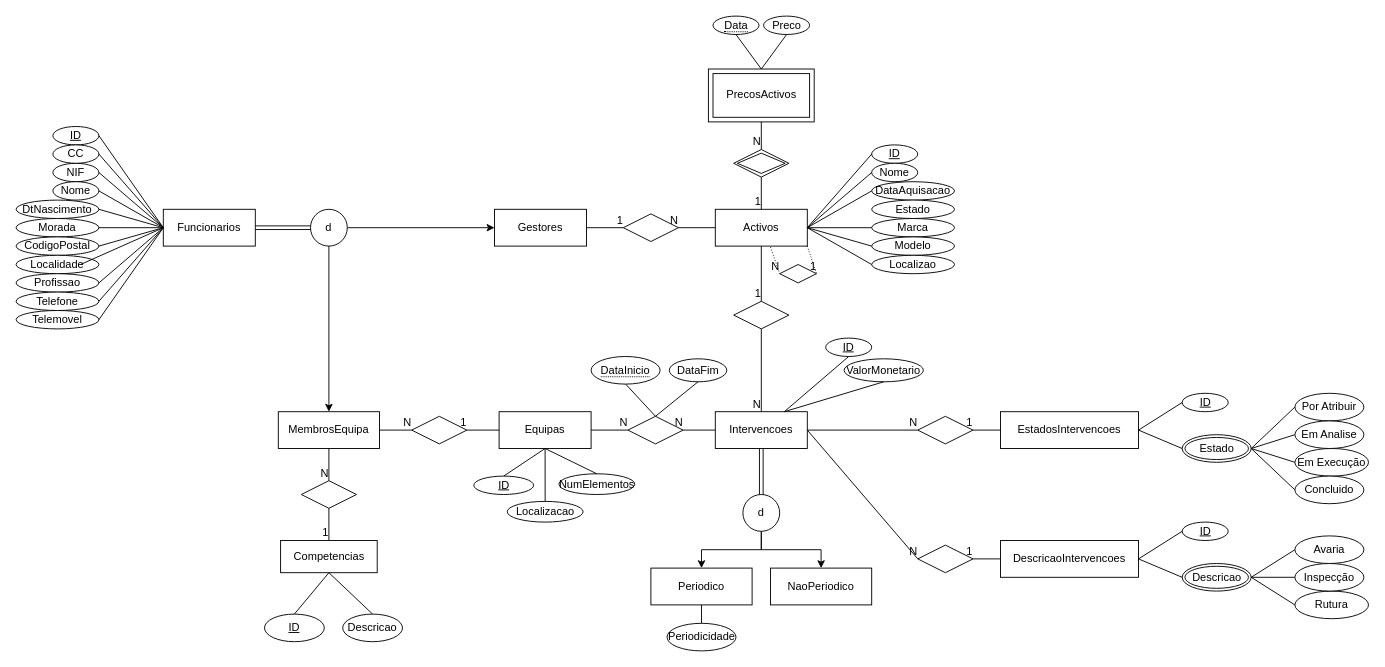
Earlier version of the draw.io diagram Diagrama.drawio (JLuzioS/SI2A). Source tidied: cells renumbered, new cells numbered last; positions are measured from the earlier drawing's top-left corner, leaving out a move shared by most shapes. Both pictures are drawn from the tidied source at 92%, with x=0, y=0 at pixel (16, 16).
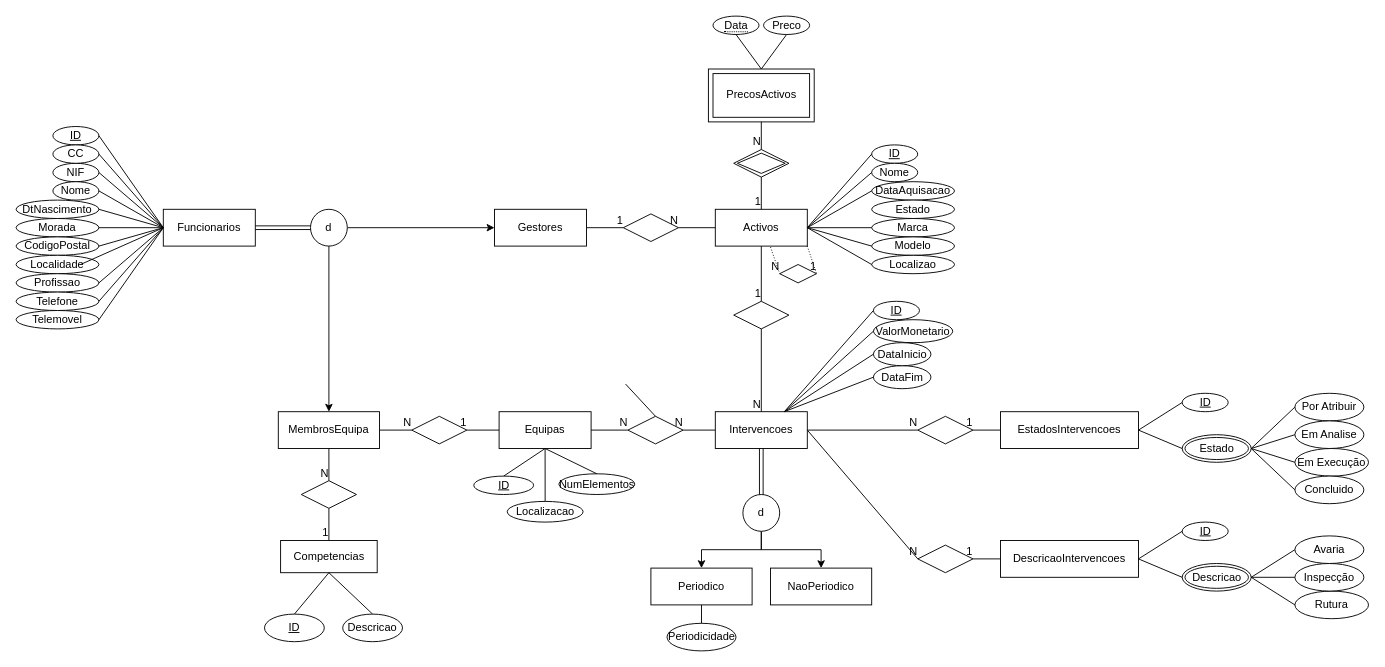
The same diagram, later.

Commit message:
fix: change DataInicio and DataFim to Intervencoes

The change refers to these unchanged cells:
```xml
<mxCell id="14" value="Intervencoes" style="whiteSpace=wrap;html=1;align=center;" parent="1" vertex="1">
  <mxGeometry x="760" y="430" width="100" height="40" as="geometry" />
</mxCell>
<mxCell id="50" style="shape=rhombus;perimeter=rhombusPerimeter;whiteSpace=wrap;html=1;align=center;" parent="1" vertex="1">
  <mxGeometry x="665" y="435" width="60" height="30" as="geometry" />
</mxCell>
```

Diff of the diagram source:
```diff
@@
-    <mxCell id="68" value="&lt;span style=&quot;border-bottom: 1px dotted&quot;&gt;DataInicio&lt;/span&gt;" style="ellipse;whiteSpace=wrap;html=1;align=center;" parent="1" vertex="1">
-      <mxGeometry x="625" y="370" width="75" height="30" as="geometry" />
-    </mxCell>
     <mxCell id="69" value="DataFim" style="ellipse;whiteSpace=wrap;html=1;align=center;" parent="1" vertex="1">
-      <mxGeometry x="710" y="372.5" width="62.5" height="25" as="geometry" />
+      <mxGeometry x="931.9" y="380" width="62.5" height="25" as="geometry" />
     </mxCell>
@@
-    <mxCell id="71" style="endArrow=none;html=1;rounded=0;exitX=0.5;exitY=1;exitDx=0;exitDy=0;entryX=0.5;entryY=0;entryDx=0;entryDy=0;" parent="1" edge="1" source="68" target="50">
-      <mxGeometry relative="1" as="geometry" />
+    <mxCell id="71" style="endArrow=none;html=1;rounded=0;exitX=0.5;exitY=1;exitDx=0;exitDy=0;entryX=0.5;entryY=0;entryDx=0;entryDy=0;" parent="1" edge="1" target="50">
+      <mxGeometry relative="1" as="geometry">
+        <mxPoint x="662.5" y="400" as="sourcePoint" />
+      </mxGeometry>
     </mxCell>
-    <mxCell id="72" style="endArrow=none;html=1;rounded=0;exitX=0.5;exitY=1;exitDx=0;exitDy=0;entryX=0.5;entryY=0;entryDx=0;entryDy=0;" parent="1" edge="1" source="69" target="50">
+    <mxCell id="72" style="endArrow=none;html=1;rounded=0;exitX=0;exitY=0.5;exitDx=0;exitDy=0;entryX=0.75;entryY=0;entryDx=0;entryDy=0;" parent="1" edge="1" source="69" target="14">
       <mxGeometry relative="1" as="geometry" />
     </mxCell>
@@
     <mxCell id="144" value="ID" style="ellipse;whiteSpace=wrap;html=1;align=center;fontStyle=4;" parent="1" vertex="1">
-      <mxGeometry x="880" y="350" width="50" height="20" as="geometry" />
+      <mxGeometry x="931.9" y="310" width="50" height="20" as="geometry" />
     </mxCell>
     <mxCell id="145" value="ValorMonetario" style="ellipse;whiteSpace=wrap;html=1;align=center;" parent="1" vertex="1">
-      <mxGeometry x="900" y="372.5" width="86.2" height="25" as="geometry" />
+      <mxGeometry x="931.9" y="330" width="86.2" height="25" as="geometry" />
     </mxCell>
-    <mxCell id="146" style="endArrow=none;html=1;rounded=0;exitX=0.5;exitY=1;exitDx=0;exitDy=0;entryX=0.75;entryY=0;entryDx=0;entryDy=0;" parent="1" edge="1" source="144" target="14">
+    <mxCell id="146" style="endArrow=none;html=1;rounded=0;exitX=0;exitY=0.5;exitDx=0;exitDy=0;entryX=0.75;entryY=0;entryDx=0;entryDy=0;" parent="1" edge="1" source="144" target="14">
       <mxGeometry relative="1" as="geometry" />
     </mxCell>
-    <mxCell id="147" style="endArrow=none;html=1;rounded=0;exitX=0.5;exitY=1;exitDx=0;exitDy=0;entryX=0.75;entryY=0;entryDx=0;entryDy=0;" parent="1" edge="1" source="145" target="14">
+    <mxCell id="147" style="endArrow=none;html=1;rounded=0;exitX=0;exitY=0.5;exitDx=0;exitDy=0;entryX=0.75;entryY=0;entryDx=0;entryDy=0;" parent="1" edge="1" source="145" target="14">
       <mxGeometry relative="1" as="geometry" />
     </mxCell>
+    <mxCell id="68" value="DataInicio" style="ellipse;whiteSpace=wrap;html=1;align=center;" parent="1" vertex="1">
+      <mxGeometry x="931.9" y="355" width="62.5" height="25" as="geometry" />
+    </mxCell>
+    <mxCell id="148" style="endArrow=none;html=1;rounded=0;exitX=0;exitY=0.5;exitDx=0;exitDy=0;entryX=0.75;entryY=0;entryDx=0;entryDy=0;" parent="1" edge="1" source="68" target="14">
+      <mxGeometry relative="1" as="geometry" />
+    </mxCell>
```
